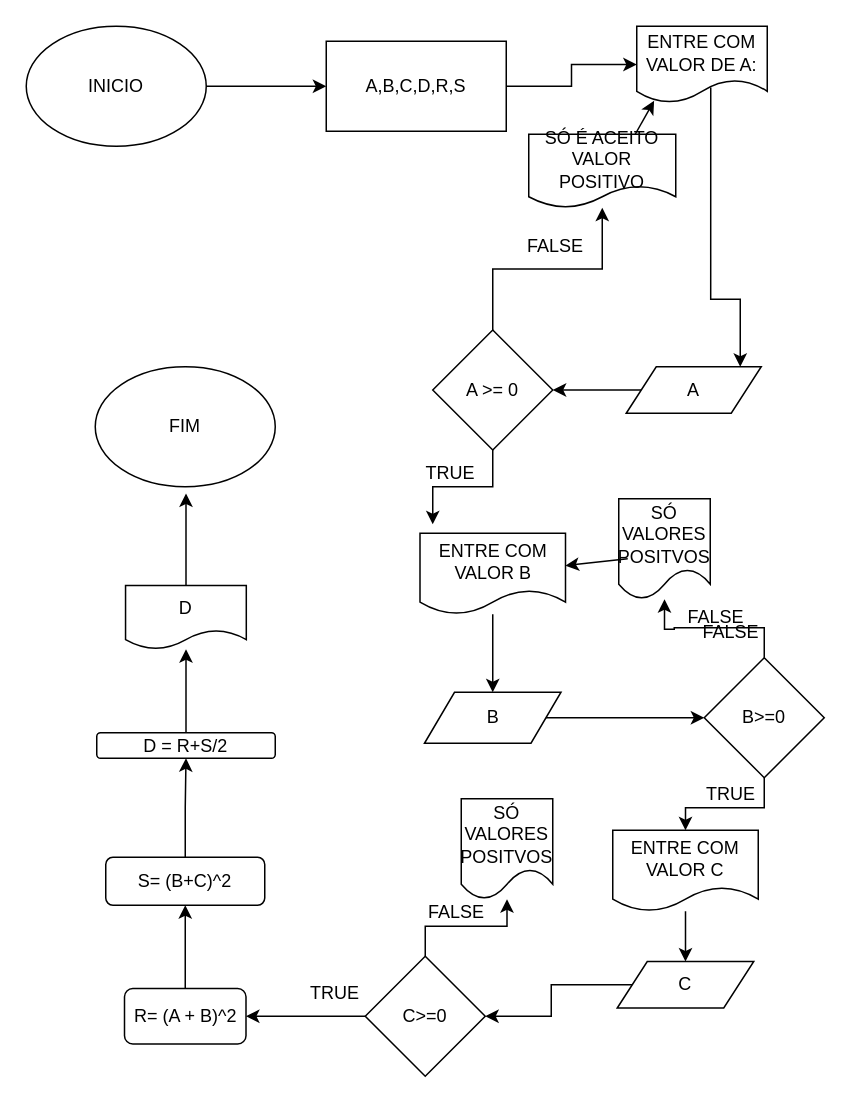
P3DR0zero/diagralg0 keeps this draw.io diagram as lista_alex2.drawio. Above is the earlier version. Source tidied: cells renumbered, new cells numbered last; positions are measured from the earlier drawing's top-left corner, leaving out a move shared by most shapes. Both pictures are drawn from the tidied source at 150%, with x=0, y=0 at pixel (26, 26).
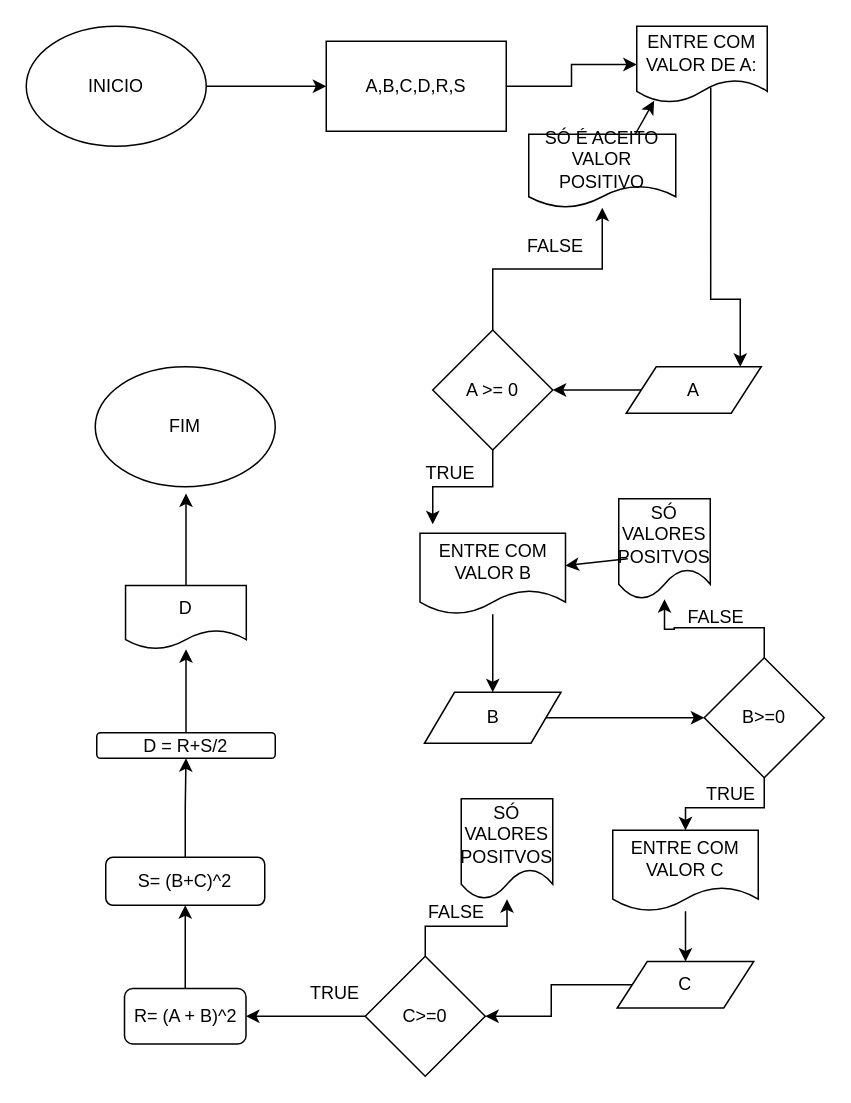
The same diagram, later.

Diff of the diagram source:
```diff
@@
-    <mxCell id="35" value="FALSE" style="text;strokeColor=none;align=center;fillColor=none;html=1;verticalAlign=middle;whiteSpace=wrap;rounded=0;" parent="1" vertex="1">
-      <mxGeometry x="440" y="389" width="60" height="30" as="geometry" />
-    </mxCell>
```
